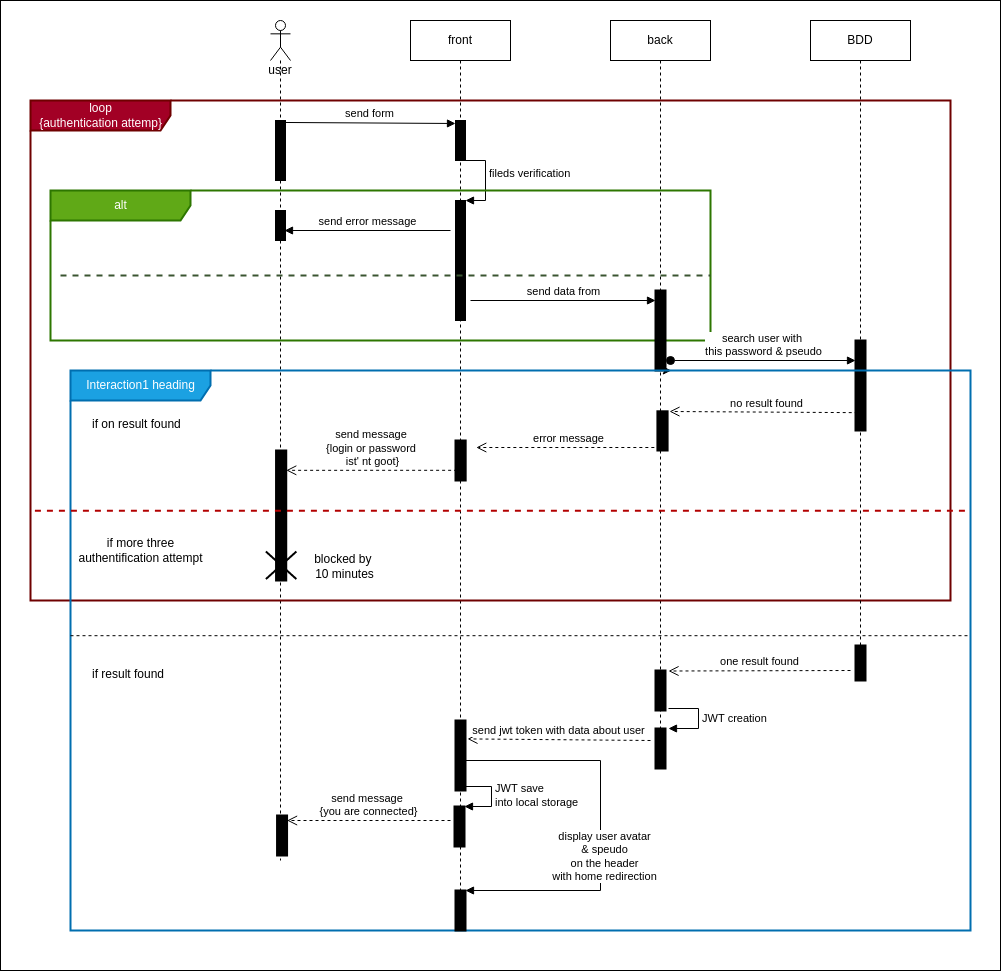
Above: Documentation-diagrams/diagrams-img/connection_sequence.drawio.png in aerobi93/Modelisation-UML (draw.io), before the change. Source tidied: cells renumbered, new cells last; positions are measured from the earlier drawing's top-left corner, leaving out a move shared by most shapes.
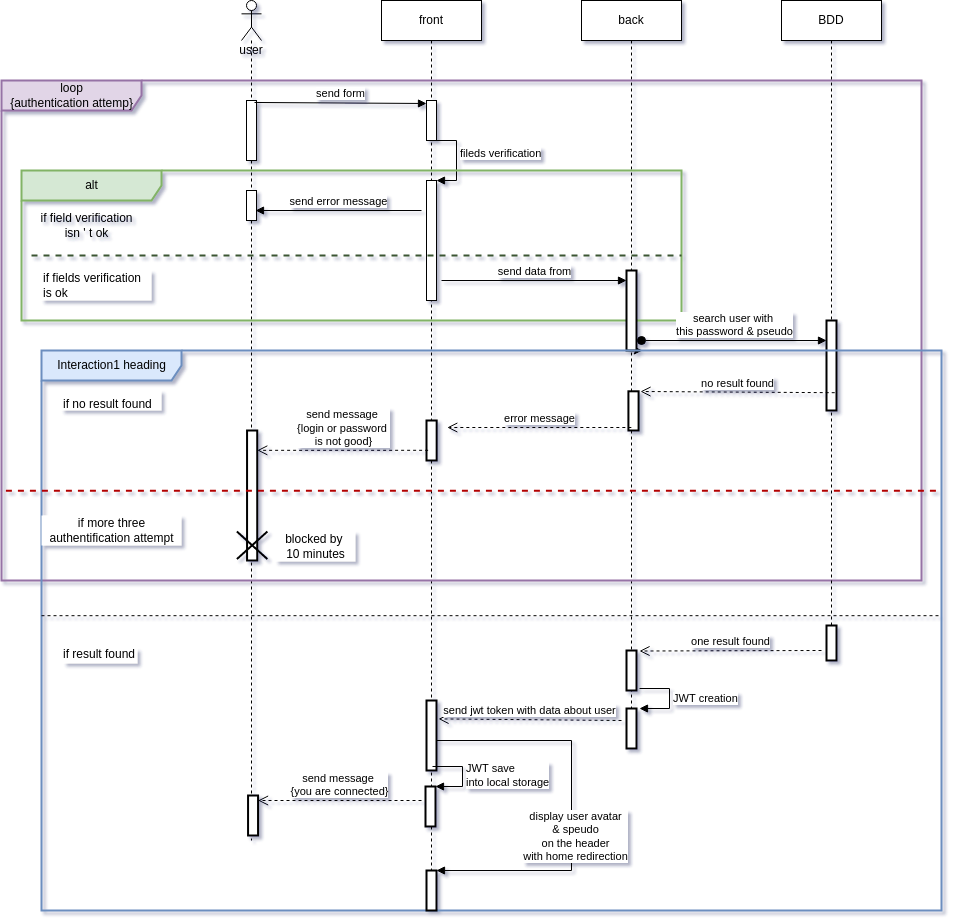
The same file after the commit.

Diff of the diagram source:
```diff
@@ -1,29 +1,26 @@
-<mxGraphModel>
+<mxGraphModel background="#FFFFFF" shadow="1">
   <root>
     <mxCell id="0" />
     <mxCell id="1" parent="0" />
-    <mxCell id="2" style="rounded=0;whiteSpace=wrap;html=1;fillColor=default;strokeColor=#000000;" parent="1" vertex="1">
-      <mxGeometry width="1000" height="970" as="geometry" />
-    </mxCell>
-    <mxCell id="3" value="user" style="shape=umlLifeline;participant=umlActor;perimeter=lifelinePerimeter;whiteSpace=wrap;html=1;verticalAlign=top;spacingTop=36;fillColor=none;" parent="1" vertex="1">
+    <mxCell id="3" value="user" style="shape=umlLifeline;participant=umlActor;perimeter=lifelinePerimeter;whiteSpace=wrap;html=1;verticalAlign=top;spacingTop=36;fillColor=#FFFFFF;" parent="1" vertex="1">
       <mxGeometry x="270" y="20" width="20" height="840" as="geometry" />
     </mxCell>
-    <mxCell id="4" value="front" style="shape=umlLifeline;perimeter=lifelinePerimeter;whiteSpace=wrap;html=1;fillColor=none;" parent="1" vertex="1">
+    <mxCell id="4" value="front" style="shape=umlLifeline;perimeter=lifelinePerimeter;whiteSpace=wrap;html=1;fillColor=#FFFFFF;" parent="1" vertex="1">
       <mxGeometry x="410" y="20" width="100" height="910" as="geometry" />
     </mxCell>
     <mxCell id="5" style="edgeStyle=none;html=1;" parent="1" edge="1" source="6" target="22">
       <mxGeometry relative="1" as="geometry" />
     </mxCell>
-    <mxCell id="6" value="back" style="shape=umlLifeline;perimeter=lifelinePerimeter;whiteSpace=wrap;html=1;outlineConnect=0;fillColor=none;" parent="1" vertex="1">
+    <mxCell id="6" value="back" style="shape=umlLifeline;perimeter=lifelinePerimeter;whiteSpace=wrap;html=1;outlineConnect=0;fillColor=#FFFFFF;" parent="1" vertex="1">
       <mxGeometry x="610" y="20" width="100" height="740" as="geometry" />
     </mxCell>
-    <mxCell id="7" value="loop&lt;br&gt;{authentication attemp}" style="shape=umlFrame;tabWidth=110;tabHeight=30;tabPosition=left;html=1;boundedLbl=1;labelInHeader=1;width=140;height=30;fillColor=#a20025;fontColor=#ffffff;strokeColor=#6F0000;strokeWidth=2;" parent="1" vertex="1">
+    <mxCell id="7" value="loop&lt;br&gt;{authentication attemp}" style="shape=umlFrame;tabWidth=110;tabHeight=30;tabPosition=left;html=1;boundedLbl=1;labelInHeader=1;width=140;height=30;fillColor=#e1d5e7;strokeColor=#9673a6;strokeWidth=2;" parent="1" vertex="1">
       <mxGeometry x="30" y="100" width="920" height="500" as="geometry" />
     </mxCell>
-    <mxCell id="8" value="BDD" style="shape=umlLifeline;perimeter=lifelinePerimeter;whiteSpace=wrap;html=1;fillColor=none;" parent="1" vertex="1">
+    <mxCell id="8" value="BDD" style="shape=umlLifeline;perimeter=lifelinePerimeter;whiteSpace=wrap;html=1;fillColor=#FFFFFF;" parent="1" vertex="1">
       <mxGeometry x="810" y="20" width="100" height="660" as="geometry" />
     </mxCell>
-    <mxCell id="9" style="html=1;perimeter=orthogonalPerimeter;fillColor=#000000;" parent="1" vertex="1">
+    <mxCell id="9" style="html=1;perimeter=orthogonalPerimeter;fillColor=#FFFFFF;" parent="1" vertex="1">
       <mxGeometry x="275" y="120" width="10" height="60" as="geometry" />
     </mxCell>
     <mxCell id="10" value="send form" style="html=1;verticalAlign=bottom;endArrow=block;exitX=0.8;exitY=-0.017;exitDx=0;exitDy=0;exitPerimeter=0;" parent="1" edge="1">
@@ -32,10 +29,10 @@
         <mxPoint x="455" y="123" as="targetPoint" />
       </mxGeometry>
     </mxCell>
-    <mxCell id="11" style="html=1;perimeter=orthogonalPerimeter;fillColor=#000000;" parent="1" vertex="1">
+    <mxCell id="11" style="html=1;perimeter=orthogonalPerimeter;fillColor=#FFFFFF;" parent="1" vertex="1">
       <mxGeometry x="455" y="120" width="10" height="40" as="geometry" />
     </mxCell>
-    <mxCell id="12" style="html=1;points=[];perimeter=orthogonalPerimeter;fillColor=#000000;" parent="1" vertex="1">
+    <mxCell id="12" style="html=1;points=[];perimeter=orthogonalPerimeter;fillColor=#FFFFFF;" parent="1" vertex="1">
       <mxGeometry x="455" y="200" width="10" height="120" as="geometry" />
     </mxCell>
     <mxCell id="13" value="fileds verification" style="edgeStyle=orthogonalEdgeStyle;html=1;align=left;spacingLeft=2;endArrow=block;rounded=0;entryX=1;entryY=0;" parent="1" edge="1" target="12">
@@ -48,13 +45,13 @@
         </Array>
       </mxGeometry>
     </mxCell>
-    <mxCell id="14" value="alt" style="shape=umlFrame;tabWidth=110;tabHeight=30;tabPosition=left;html=1;boundedLbl=1;labelInHeader=1;width=140;height=30;fillColor=#60a917;fontColor=#ffffff;strokeColor=#2D7600;strokeWidth=2;" parent="1" vertex="1">
+    <mxCell id="14" value="alt" style="shape=umlFrame;tabWidth=110;tabHeight=30;tabPosition=left;html=1;boundedLbl=1;labelInHeader=1;width=140;height=30;fillColor=#d5e8d4;strokeColor=#82b366;strokeWidth=2;" parent="1" vertex="1">
       <mxGeometry x="50" y="190" width="660" height="150" as="geometry" />
     </mxCell>
-    <mxCell id="15" style="line;strokeWidth=2;dashed=1;labelPosition=center;verticalLabelPosition=bottom;align=left;verticalAlign=top;spacingLeft=20;spacingTop=15;fillColor=#000000;fontColor=#ffffff;strokeColor=#3A5431;" parent="1" vertex="1">
+    <mxCell id="15" style="line;strokeWidth=2;dashed=1;labelPosition=center;verticalLabelPosition=bottom;align=left;verticalAlign=top;spacingLeft=20;spacingTop=15;fillColor=#FFFFFF;fontColor=#ffffff;strokeColor=#3A5431;" parent="1" vertex="1">
       <mxGeometry x="60" y="270" width="650" height="10" as="geometry" />
     </mxCell>
-    <mxCell id="16" style="html=1;points=[];perimeter=orthogonalPerimeter;fillColor=#000000;" parent="1" vertex="1">
+    <mxCell id="16" style="html=1;points=[];perimeter=orthogonalPerimeter;fillColor=#FFFFFF;" parent="1" vertex="1">
       <mxGeometry x="275" y="210" width="10" height="30" as="geometry" />
     </mxCell>
     <mxCell id="17" value="send error message" style="html=1;verticalAlign=bottom;endArrow=block;entryX=0.9;entryY=0.667;entryDx=0;entryDy=0;entryPerimeter=0;" parent="1" edge="1" target="16">
@@ -67,10 +64,10 @@
         <mxPoint x="470" y="300" as="sourcePoint" />
       </mxGeometry>
     </mxCell>
-    <mxCell id="19" style="html=1;points=[];perimeter=orthogonalPerimeter;strokeWidth=2;fillColor=#000000;" parent="1" vertex="1">
+    <mxCell id="19" style="html=1;points=[];perimeter=orthogonalPerimeter;strokeWidth=2;fillColor=#FFFFFF;" parent="1" vertex="1">
       <mxGeometry x="655" y="290" width="10" height="80" as="geometry" />
     </mxCell>
-    <mxCell id="20" style="html=1;points=[];perimeter=orthogonalPerimeter;strokeWidth=2;fillColor=#000000;" parent="1" vertex="1">
+    <mxCell id="20" style="html=1;points=[];perimeter=orthogonalPerimeter;strokeWidth=2;fillColor=#FFFFFF;" parent="1" vertex="1">
       <mxGeometry x="855" y="340" width="10" height="90" as="geometry" />
     </mxCell>
     <mxCell id="21" value="search user with&amp;nbsp;&lt;br&gt;this password &amp;amp; pseudo" style="html=1;verticalAlign=bottom;startArrow=oval;startFill=1;endArrow=block;startSize=8;" parent="1" edge="1" target="20">
@@ -78,27 +75,27 @@
         <mxPoint x="670" y="360" as="sourcePoint" />
       </mxGeometry>
     </mxCell>
-    <mxCell id="22" value="Interaction1 heading" style="shape=umlFrame;tabWidth=110;tabHeight=30;tabPosition=left;html=1;boundedLbl=1;labelInHeader=1;width=140;height=30;strokeWidth=2;fillColor=#1ba1e2;fontColor=#ffffff;strokeColor=#006EAF;" parent="1" vertex="1">
+    <mxCell id="22" value="Interaction1 heading" style="shape=umlFrame;tabWidth=110;tabHeight=30;tabPosition=left;html=1;boundedLbl=1;labelInHeader=1;width=140;height=30;strokeWidth=2;fillColor=#dae8fc;strokeColor=#6c8ebf;" parent="1" vertex="1">
       <mxGeometry x="70" y="370" width="900" height="560" as="geometry" />
     </mxCell>
-    <mxCell id="23" value="if on result found" style="text;strokeWidth=2;fillColor=none;" parent="22" vertex="1">
+    <mxCell id="23" value="if no result found" style="text;strokeWidth=2;fillColor=#FFFFFF;" parent="22" vertex="1">
       <mxGeometry width="100" height="20" relative="1" as="geometry">
         <mxPoint x="20" y="40" as="offset" />
       </mxGeometry>
     </mxCell>
-    <mxCell id="24" value="if result found" style="line;strokeWidth=1;dashed=1;labelPosition=center;verticalLabelPosition=bottom;align=left;verticalAlign=top;spacingLeft=20;spacingTop=15;fillColor=#000000;" parent="22" vertex="1">
+    <mxCell id="24" value="if result found" style="line;strokeWidth=1;dashed=1;labelPosition=center;verticalLabelPosition=bottom;align=left;verticalAlign=top;spacingLeft=20;spacingTop=15;fillColor=#FFFFFF;" parent="22" vertex="1">
       <mxGeometry y="255" width="900" height="20.4" as="geometry" />
     </mxCell>
-    <mxCell id="25" style="html=1;points=[];perimeter=orthogonalPerimeter;strokeWidth=2;fillColor=#000000;" parent="22" vertex="1">
+    <mxCell id="25" style="html=1;points=[];perimeter=orthogonalPerimeter;strokeWidth=2;fillColor=#FFFFFF;" parent="22" vertex="1">
       <mxGeometry x="586.9" y="40.8" width="10.2" height="39.2" as="geometry" />
     </mxCell>
-    <mxCell id="26" style="html=1;perimeter=orthogonalPerimeter;strokeWidth=2;fillColor=#000000;" parent="22" vertex="1">
+    <mxCell id="26" style="html=1;perimeter=orthogonalPerimeter;strokeWidth=2;fillColor=#FFFFFF;" parent="22" vertex="1">
       <mxGeometry x="385" y="70" width="10.2" height="40" as="geometry" />
     </mxCell>
-    <mxCell id="27" style="html=1;perimeter=orthogonalPerimeter;strokeWidth=2;fillColor=#000000;" parent="22" vertex="1">
+    <mxCell id="27" style="html=1;perimeter=orthogonalPerimeter;strokeWidth=2;fillColor=#FFFFFF;" parent="22" vertex="1">
       <mxGeometry x="205.6" y="80" width="10.2" height="130" as="geometry" />
     </mxCell>
-    <mxCell id="28" style="shape=umlDestroy;strokeWidth=2;fillColor=#000000;fontColor=#FFFFFF;labelBackgroundColor=#FFFFFF;labelBorderColor=none;whiteSpace=wrap;" parent="22" vertex="1">
+    <mxCell id="28" style="shape=umlDestroy;strokeWidth=2;fillColor=#FFFFFF;fontColor=#FFFFFF;labelBackgroundColor=#FFFFFF;labelBorderColor=none;whiteSpace=wrap;" parent="22" vertex="1">
       <mxGeometry x="195.4" y="181" width="30.5" height="27.6" as="geometry" />
     </mxCell>
     <mxCell id="29" value="no result found" style="html=1;verticalAlign=bottom;endArrow=open;dashed=1;endSize=8;entryX=1.188;entryY=0.005;entryDx=0;entryDy=0;entryPerimeter=0;" parent="22" edge="1" target="25">
@@ -112,19 +109,19 @@
         <mxPoint x="405.8" y="77" as="targetPoint" />
       </mxGeometry>
     </mxCell>
-    <mxCell id="31" value="send message&amp;nbsp;&lt;br&gt;{login or password&amp;nbsp;&lt;br&gt;ist' nt goot}" style="html=1;verticalAlign=bottom;endArrow=open;dashed=1;endSize=8;entryX=1.2;entryY=0.667;entryDx=0;entryDy=0;entryPerimeter=0;" parent="22" edge="1">
+    <mxCell id="31" value="send message&amp;nbsp;&lt;br&gt;{login or password&amp;nbsp;&lt;br&gt;is not good}" style="html=1;verticalAlign=bottom;endArrow=open;dashed=1;endSize=8;entryX=1.2;entryY=0.667;entryDx=0;entryDy=0;entryPerimeter=0;" parent="22" edge="1">
       <mxGeometry relative="1" as="geometry">
         <mxPoint x="386.6" y="99.8" as="sourcePoint" />
         <mxPoint x="215.8" y="99.8" as="targetPoint" />
       </mxGeometry>
     </mxCell>
-    <mxCell id="32" style="line;strokeWidth=2;dashed=1;labelPosition=center;verticalLabelPosition=bottom;align=left;verticalAlign=top;spacingLeft=20;spacingTop=15;fillColor=#000000;fontColor=#ffffff;strokeColor=#B20000;fontStyle=1;" parent="22" vertex="1">
+    <mxCell id="32" style="line;strokeWidth=2;dashed=1;labelPosition=center;verticalLabelPosition=bottom;align=left;verticalAlign=top;spacingLeft=20;spacingTop=15;fillColor=#FFFFFF;fontColor=#ffffff;strokeColor=#B20000;fontStyle=1;" parent="22" vertex="1">
       <mxGeometry x="-35.6" y="120" width="935.6" height="40.4" as="geometry" />
     </mxCell>
-    <mxCell id="33" style="html=1;perimeter=orthogonalPerimeter;strokeWidth=2;fillColor=#000000;" parent="22" vertex="1">
+    <mxCell id="33" style="html=1;perimeter=orthogonalPerimeter;strokeWidth=2;fillColor=#FFFFFF;" parent="22" vertex="1">
       <mxGeometry x="785" y="275" width="10" height="35" as="geometry" />
     </mxCell>
-    <mxCell id="34" style="html=1;points=[];perimeter=orthogonalPerimeter;strokeWidth=2;fillColor=#000000;" parent="22" vertex="1">
+    <mxCell id="34" style="html=1;points=[];perimeter=orthogonalPerimeter;strokeWidth=2;fillColor=#FFFFFF;" parent="22" vertex="1">
       <mxGeometry x="585" y="300" width="10" height="40" as="geometry" />
     </mxCell>
     <mxCell id="35" value="one result found" style="html=1;verticalAlign=bottom;endArrow=open;dashed=1;endSize=8;entryX=1.3;entryY=0.013;entryDx=0;entryDy=0;entryPerimeter=0;" parent="22" edge="1" target="34">
@@ -132,7 +129,7 @@
         <mxPoint x="780" y="300" as="sourcePoint" />
       </mxGeometry>
     </mxCell>
-    <mxCell id="36" style="html=1;perimeter=orthogonalPerimeter;strokeWidth=2;fillColor=#000000;" parent="22" vertex="1">
+    <mxCell id="36" style="html=1;perimeter=orthogonalPerimeter;strokeWidth=2;fillColor=#FFFFFF;" parent="22" vertex="1">
       <mxGeometry x="585" y="358" width="10" height="40" as="geometry" />
     </mxCell>
     <mxCell id="37" value="JWT creation" style="edgeStyle=orthogonalEdgeStyle;html=1;align=left;spacingLeft=2;endArrow=block;rounded=0;" parent="22" edge="1">
@@ -144,7 +141,7 @@
         </Array>
       </mxGeometry>
     </mxCell>
-    <mxCell id="38" style="html=1;points=[];perimeter=orthogonalPerimeter;strokeWidth=2;fillColor=#000000;" parent="22" vertex="1">
+    <mxCell id="38" style="html=1;points=[];perimeter=orthogonalPerimeter;strokeWidth=2;fillColor=#FFFFFF;" parent="22" vertex="1">
       <mxGeometry x="385" y="350" width="10" height="70" as="geometry" />
     </mxCell>
     <mxCell id="39" value="send jwt token with data about user" style="html=1;verticalAlign=bottom;endArrow=open;dashed=1;endSize=8;entryX=1.2;entryY=0.263;entryDx=0;entryDy=0;entryPerimeter=0;" parent="22" edge="1" target="38">
@@ -152,7 +149,7 @@
         <mxPoint x="580" y="370" as="sourcePoint" />
       </mxGeometry>
     </mxCell>
-    <mxCell id="40" style="html=1;points=[];perimeter=orthogonalPerimeter;strokeWidth=2;fillColor=#000000;" parent="22" vertex="1">
+    <mxCell id="40" style="html=1;points=[];perimeter=orthogonalPerimeter;strokeWidth=2;fillColor=#FFFFFF;" parent="22" vertex="1">
       <mxGeometry x="384" y="436" width="10" height="40" as="geometry" />
     </mxCell>
     <mxCell id="41" value="JWT save&amp;nbsp;&lt;br&gt;into local storage" style="edgeStyle=orthogonalEdgeStyle;html=1;align=left;spacingLeft=2;endArrow=block;rounded=0;entryX=1;entryY=0;" parent="22" edge="1" target="40">
@@ -163,7 +160,7 @@
         </Array>
       </mxGeometry>
     </mxCell>
-    <mxCell id="42" value="blocked by&amp;nbsp;&lt;br&gt;10 minutes" style="text;html=1;align=center;verticalAlign=middle;fillColor=none;strokeColor=none;rounded=0;" parent="22" vertex="1">
+    <mxCell id="42" value="blocked by&amp;nbsp;&lt;br&gt;10 minutes" style="text;html=1;align=center;verticalAlign=middle;fillColor=#FFFFFF;strokeColor=none;rounded=0;" parent="22" vertex="1">
       <mxGeometry x="233.9" y="181" width="80" height="30" as="geometry" />
     </mxCell>
     <mxCell id="43" value="send message&amp;nbsp;&lt;br&gt;{you are connected}" style="html=1;verticalAlign=bottom;endArrow=open;dashed=1;endSize=8;" parent="22" edge="1" target="44">
@@ -171,10 +168,10 @@
         <mxPoint x="380" y="450" as="sourcePoint" />
       </mxGeometry>
     </mxCell>
-    <mxCell id="44" style="html=1;points=[];perimeter=orthogonalPerimeter;strokeWidth=2;fillColor=#000000;" parent="22" vertex="1">
+    <mxCell id="44" style="html=1;points=[];perimeter=orthogonalPerimeter;strokeWidth=2;fillColor=#FFFFFF;" parent="22" vertex="1">
       <mxGeometry x="206.6" y="445" width="10" height="40" as="geometry" />
     </mxCell>
-    <mxCell id="45" style="html=1;points=[];perimeter=orthogonalPerimeter;strokeWidth=2;fillColor=#000000;" parent="22" vertex="1">
+    <mxCell id="45" style="html=1;points=[];perimeter=orthogonalPerimeter;strokeWidth=2;fillColor=#FFFFFF;" parent="22" vertex="1">
       <mxGeometry x="385" y="520" width="10" height="40" as="geometry" />
     </mxCell>
     <mxCell id="46" style="edgeStyle=orthogonalEdgeStyle;html=1;align=left;spacingLeft=2;endArrow=block;rounded=0;entryX=1;entryY=0;" parent="22" edge="1" target="45">
@@ -191,13 +188,13 @@
         <mxPoint y="-22" as="offset" />
       </mxGeometry>
     </mxCell>
-    <mxCell id="48" value="if more three&lt;br&gt;authentification attempt" style="text;html=1;align=center;verticalAlign=middle;fillColor=none;strokeColor=none;rounded=0;" parent="22" vertex="1">
+    <mxCell id="48" value="if more three&lt;br&gt;authentification attempt" style="text;html=1;align=center;verticalAlign=middle;fillColor=#FFFFFF;strokeColor=none;rounded=0;" parent="22" vertex="1">
       <mxGeometry y="165" width="140" height="30" as="geometry" />
     </mxCell>
-    <mxCell id="49" value="if fields verification&lt;br&gt;is ok" style="text;html=1;align=left;verticalAlign=middle;fillColor=none;strokeColor=none;rounded=0;fontColor=#FFFFFF;" parent="1" vertex="1">
+    <mxCell id="49" value="&lt;font color=&quot;#000000&quot;&gt;if fields verification&lt;br&gt;is ok&lt;/font&gt;" style="text;html=1;align=left;verticalAlign=middle;fillColor=#FFFFFF;strokeColor=none;rounded=0;fontColor=#FFFFFF;gradientColor=#ffffff;" parent="1" vertex="1">
       <mxGeometry x="70" y="290" width="110" height="30" as="geometry" />
     </mxCell>
-    <mxCell id="50" value="if&lt;font&gt; field verification&lt;br&gt;isn ' t ok&lt;/font&gt;" style="text;html=1;align=center;verticalAlign=middle;fillColor=none;strokeColor=none;rounded=0;fontColor=#FFFFFF;" parent="1" vertex="1">
+    <mxCell id="50" value="&lt;font color=&quot;#000000&quot;&gt;if&lt;font&gt; field verification&lt;br&gt;isn ' t ok&lt;/font&gt;&lt;/font&gt;" style="text;html=1;align=center;verticalAlign=middle;fillColor=none;strokeColor=none;rounded=0;fontColor=#FFFFFF;" parent="1" vertex="1">
       <mxGeometry x="60" y="230" width="110" height="30" as="geometry" />
     </mxCell>
   </root>
```
